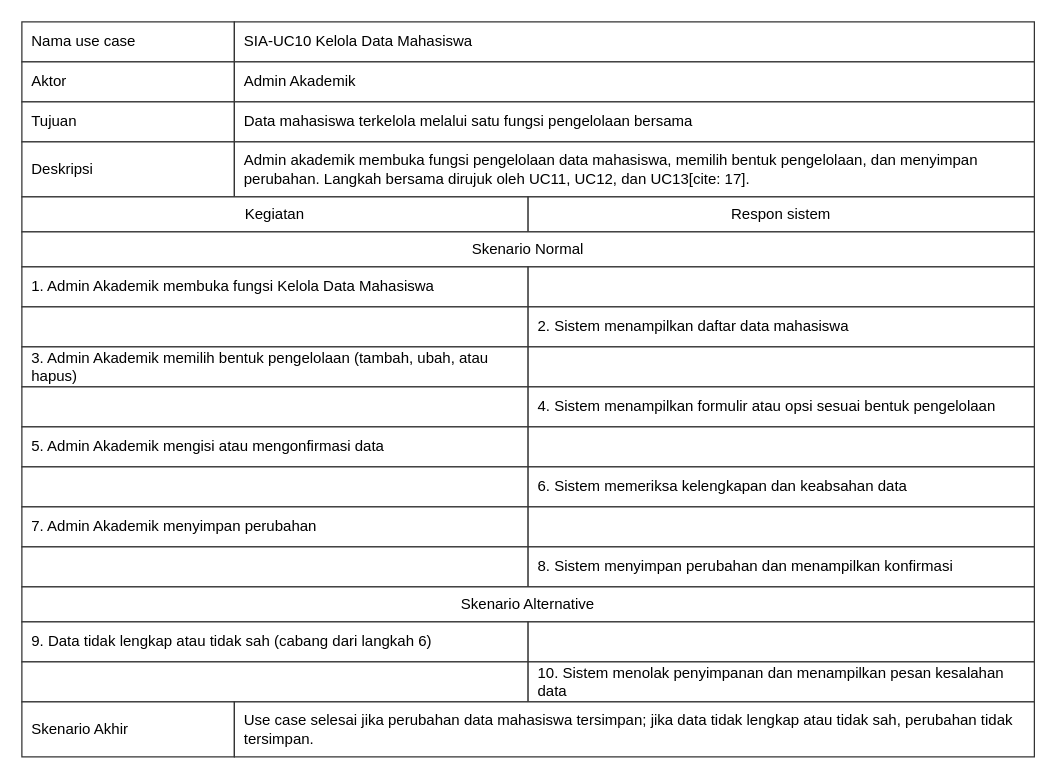
The draw.io diagram page "SIA-UC010" (4 of 7) of 04_model_analisi/P05/SIA/P05_2406100_SIA_usrcase_v01.drawio in 2406100-rgb/IFRWP5149_2406100_LabAlat, before the edit. Source tidied: cells renumbered, new cells numbered last; positions are measured from the earlier drawing's top-left corner, leaving out a move shared by most shapes. Both pictures are drawn from the tidied source at 125%, with x=0, y=0 at pixel (21, 21).
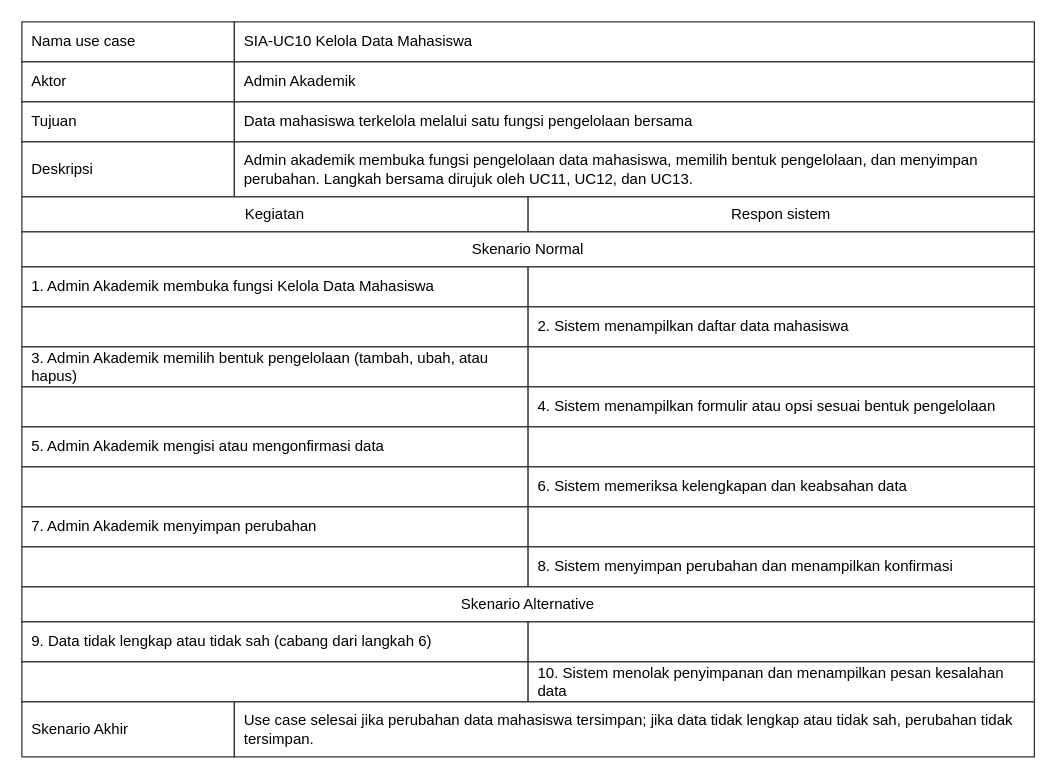
The same page after the edit.

What changed in the source:
```diff
@@
-    <mxCell id="9" value="Admin akademik membuka fungsi pengelolaan data mahasiswa, memilih bentuk pengelolaan, dan menyimpan perubahan. Langkah bersama dirujuk oleh UC11, UC12, dan UC13[cite: 17]." style="rounded=0;whiteSpace=wrap;html=1;align=left;verticalAlign=middle;spacingLeft=6;spacingRight=6;fontSize=12;strokeColor=#333333;fillColor=#ffffff;" parent="1" vertex="1">
+    <mxCell id="9" value="Admin akademik membuka fungsi pengelolaan data mahasiswa, memilih bentuk pengelolaan, dan menyimpan perubahan. Langkah bersama dirujuk oleh UC11, UC12, dan UC13." style="rounded=0;whiteSpace=wrap;html=1;align=left;verticalAlign=middle;spacingLeft=6;spacingRight=6;fontSize=12;strokeColor=#333333;fillColor=#ffffff;" parent="1" vertex="1">
       <mxGeometry x="170" y="96" width="640" height="44" as="geometry" />
     </mxCell>
```
